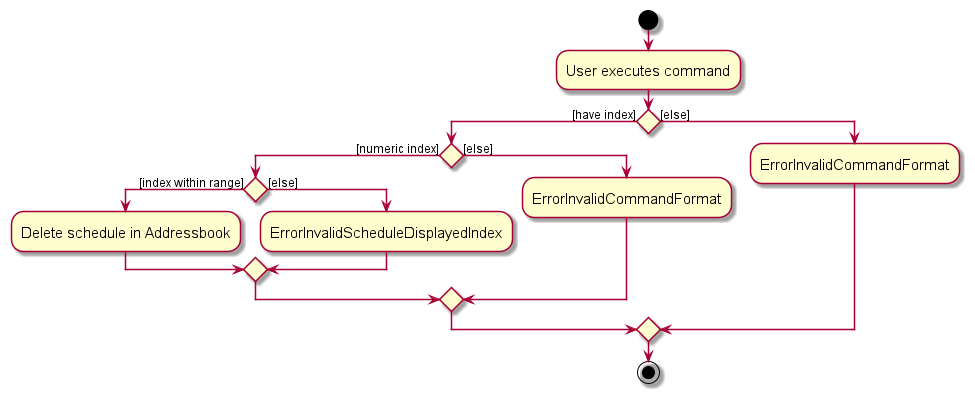
Above: docs/images/DeleteScheduleActivityDiagram.png in nus-cs2103-AY2324S1/tp (PlantUML), before the change.
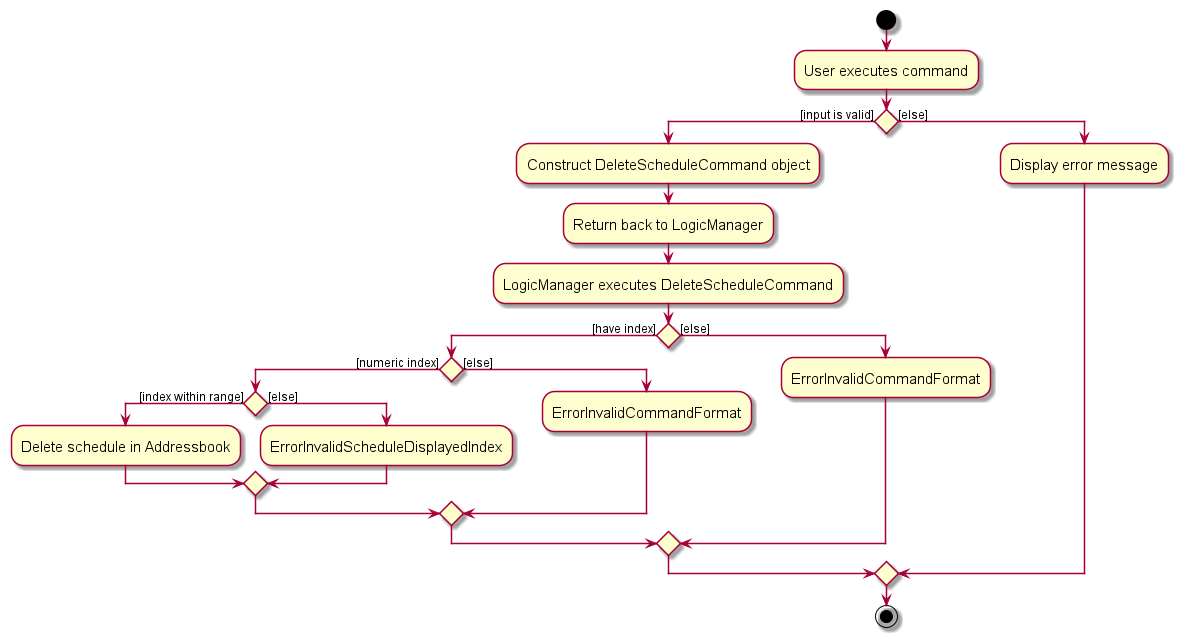
After the commit.

Diff of the diagram source:
```diff
@@ -6,18 +6,26 @@
 :User executes command;
 
 
-if () then ([have index])
-    if() then ([numeric index])
-        if () then ([index within range])
-            :Delete schedule in Addressbook;
+if () then ([input is valid])
+    :Construct DeleteScheduleCommand object;
+    :Return back to LogicManager;
+    :LogicManager executes DeleteScheduleCommand;
+    if () then ([have index])
+        if() then ([numeric index])
+            if () then ([index within range])
+                :Delete schedule in Addressbook;
+            else ([else])
+             :ErrorInvalidScheduleDisplayedIndex;
+            endif
         else ([else])
-         :ErrorInvalidScheduleDisplayedIndex;
+         :ErrorInvalidCommandFormat;
         endif
     else ([else])
      :ErrorInvalidCommandFormat;
     endif
 else ([else])
- :ErrorInvalidCommandFormat;
+    :Display error message;
+
 endif
 stop
 @enduml
```
